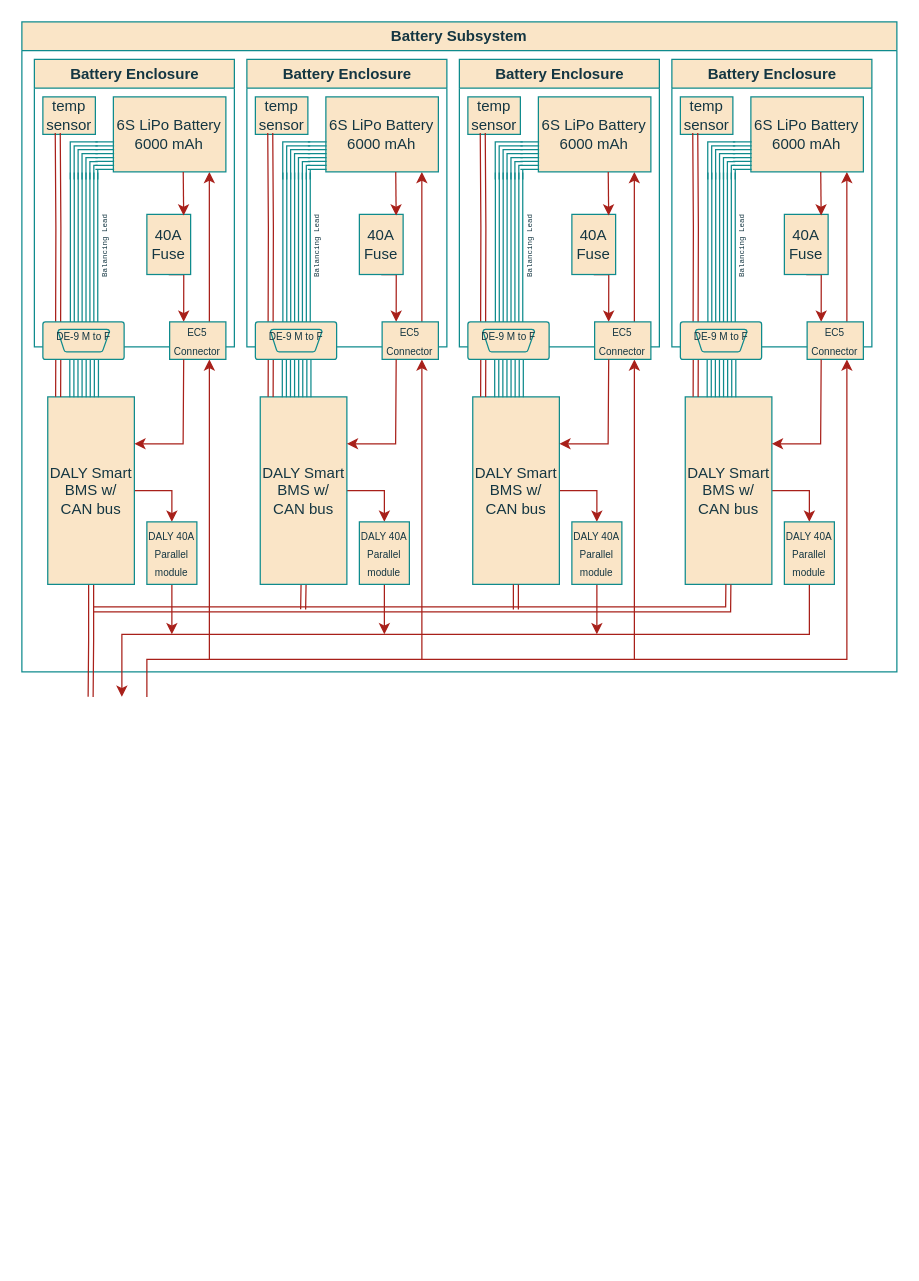
Earlier version of the draw.io diagram PowerDeliverySystem.drawio (roboticsatiowa/Documents-and-Resources). Source tidied: cells renumbered, new cells numbered last; positions are measured from the earlier drawing's top-left corner, leaving out a move shared by most shapes. Both pictures are drawn from the tidied source at 125%, with x=0, y=0 at pixel (9, 21).
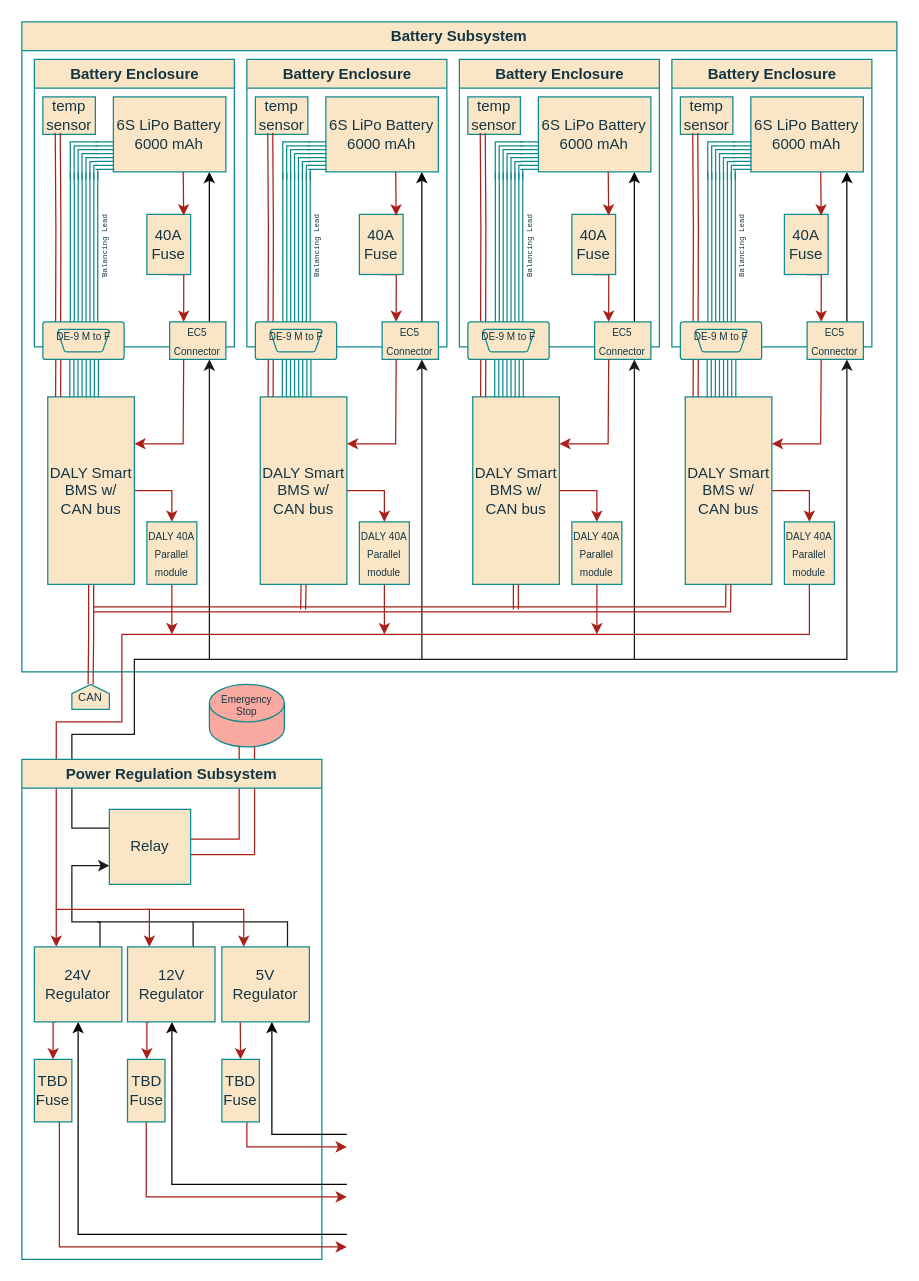
Above is the later version.

Unchanged cells that the change refers to:
```xml
<mxCell id="2" value="Battery Subsystem" style="swimlane;whiteSpace=wrap;html=1;strokeColor=#0F8B8D;fontColor=#143642;fillColor=#FAE5C7;labelBackgroundColor=none;" parent="1" vertex="1">
  <mxGeometry x="10" width="700" height="520" as="geometry" />
</mxCell>
<mxCell id="3" value="Battery Enclosure" style="swimlane;whiteSpace=wrap;html=1;spacingLeft=1;labelBackgroundColor=none;fillColor=#FAE5C7;strokeColor=#0F8B8D;fontColor=#143642;rounded=0;" parent="2" vertex="1">
  <mxGeometry x="10" y="30" width="160" height="230" as="geometry" />
</mxCell>
<mxCell id="6" value="6S LiPo Battery&lt;div&gt;6000 mAh&lt;/div&gt;" style="rounded=0;whiteSpace=wrap;html=1;labelBackgroundColor=none;fillColor=#FAE5C7;strokeColor=#0F8B8D;fontColor=#143642;" parent="3" vertex="1">
  <mxGeometry x="63.2" y="30" width="90" height="60" as="geometry" />
</mxCell>
<mxCell id="9" value="&lt;font style=&quot;font-size: 8px;&quot;&gt;EC5 Connector&lt;/font&gt;" style="whiteSpace=wrap;html=1;strokeColor=#0F8B8D;fontColor=#143642;fillColor=#FAE5C7;rounded=0;labelBackgroundColor=none;" parent="3" vertex="1">
  <mxGeometry x="108.2" y="210" width="45" height="30" as="geometry" />
</mxCell>
<mxCell id="18" value="DALY Smart BMS w/ CAN bus" style="whiteSpace=wrap;html=1;strokeColor=#0F8B8D;fontColor=#143642;fillColor=#FAE5C7;labelBackgroundColor=none;" parent="2" vertex="1">
  <mxGeometry x="20.7" y="300" width="69.3" height="150" as="geometry" />
</mxCell>
<mxCell id="25" value="Battery Enclosure" style="swimlane;whiteSpace=wrap;html=1;spacingLeft=1;labelBackgroundColor=none;fillColor=#FAE5C7;strokeColor=#0F8B8D;fontColor=#143642;rounded=0;" parent="2" vertex="1">
  <mxGeometry x="180" y="30" width="160" height="230" as="geometry" />
</mxCell>
<mxCell id="28" value="6S LiPo Battery&lt;div&gt;6000 mAh&lt;/div&gt;" style="rounded=0;whiteSpace=wrap;html=1;labelBackgroundColor=none;fillColor=#FAE5C7;strokeColor=#0F8B8D;fontColor=#143642;" parent="25" vertex="1">
  <mxGeometry x="63.2" y="30" width="90" height="60" as="geometry" />
</mxCell>
<mxCell id="31" value="&lt;font style=&quot;font-size: 8px;&quot;&gt;EC5 Connector&lt;/font&gt;" style="whiteSpace=wrap;html=1;strokeColor=#0F8B8D;fontColor=#143642;fillColor=#FAE5C7;rounded=0;labelBackgroundColor=none;" parent="25" vertex="1">
  <mxGeometry x="108.2" y="210" width="45" height="30" as="geometry" />
</mxCell>
<mxCell id="47" value="Battery Enclosure" style="swimlane;whiteSpace=wrap;html=1;spacingLeft=1;labelBackgroundColor=none;fillColor=#FAE5C7;strokeColor=#0F8B8D;fontColor=#143642;rounded=0;" parent="2" vertex="1">
  <mxGeometry x="350" y="30" width="160" height="230" as="geometry" />
</mxCell>
<mxCell id="50" value="6S LiPo Battery&lt;div&gt;6000 mAh&lt;/div&gt;" style="rounded=0;whiteSpace=wrap;html=1;labelBackgroundColor=none;fillColor=#FAE5C7;strokeColor=#0F8B8D;fontColor=#143642;" parent="47" vertex="1">
  <mxGeometry x="63.2" y="30" width="90" height="60" as="geometry" />
</mxCell>
<mxCell id="53" value="&lt;font style=&quot;font-size: 8px;&quot;&gt;EC5 Connector&lt;/font&gt;" style="whiteSpace=wrap;html=1;strokeColor=#0F8B8D;fontColor=#143642;fillColor=#FAE5C7;rounded=0;labelBackgroundColor=none;" parent="47" vertex="1">
  <mxGeometry x="108.2" y="210" width="45" height="30" as="geometry" />
</mxCell>
<mxCell id="68" value="Battery Enclosure" style="swimlane;whiteSpace=wrap;html=1;spacingLeft=1;labelBackgroundColor=none;fillColor=#FAE5C7;strokeColor=#0F8B8D;fontColor=#143642;rounded=0;" parent="2" vertex="1">
  <mxGeometry x="520" y="30" width="160" height="230" as="geometry" />
</mxCell>
<mxCell id="71" value="6S LiPo Battery&lt;div&gt;6000 mAh&lt;/div&gt;" style="rounded=0;whiteSpace=wrap;html=1;labelBackgroundColor=none;fillColor=#FAE5C7;strokeColor=#0F8B8D;fontColor=#143642;" parent="68" vertex="1">
  <mxGeometry x="63.2" y="30" width="90" height="60" as="geometry" />
</mxCell>
<mxCell id="74" value="&lt;font style=&quot;font-size: 8px;&quot;&gt;EC5 Connector&lt;/font&gt;" style="whiteSpace=wrap;html=1;strokeColor=#0F8B8D;fontColor=#143642;fillColor=#FAE5C7;rounded=0;labelBackgroundColor=none;" parent="68" vertex="1">
  <mxGeometry x="108.2" y="210" width="45" height="30" as="geometry" />
</mxCell>
<mxCell id="88" value="&lt;font style=&quot;font-size: 8px;&quot;&gt;DALY 40A Parallel module&lt;/font&gt;" style="whiteSpace=wrap;html=1;fillColor=#FAE5C7;strokeColor=#0F8B8D;fontColor=#143642;labelBackgroundColor=none;" parent="2" vertex="1">
  <mxGeometry x="610" y="400" width="40" height="50" as="geometry" />
</mxCell>
```

The edit, as a diff of the source:
```diff
@@
-    <mxCell id="5" style="edgeStyle=orthogonalEdgeStyle;rounded=0;jettySize=auto;html=1;entryX=0.853;entryY=1;entryDx=0;entryDy=0;entryPerimeter=0;strokeColor=#A8201A;fontColor=default;fillColor=#FAE5C7;labelBackgroundColor=none;" parent="3" edge="1" source="9" target="6">
+    <mxCell id="5" style="edgeStyle=orthogonalEdgeStyle;rounded=0;jettySize=auto;html=1;entryX=0.853;entryY=1;entryDx=0;entryDy=0;entryPerimeter=0;strokeColor=#000000;fontColor=default;fillColor=#FAE5C7;labelBackgroundColor=none;" parent="3" edge="1" source="9" target="6">
       <mxGeometry relative="1" as="geometry">
         <Array as="points">
           <mxPoint x="140" y="180" />
           <mxPoint x="140" y="180" />
         </Array>
       </mxGeometry>
     </mxCell>
@@
-    <mxCell id="8" style="edgeStyle=orthogonalEdgeStyle;rounded=0;jettySize=auto;html=1;labelBackgroundColor=none;strokeColor=#A8201A;fontColor=default;" parent="3" edge="1" target="9">
+    <mxCell id="8" style="edgeStyle=orthogonalEdgeStyle;rounded=0;jettySize=auto;html=1;labelBackgroundColor=none;strokeColor=#191919;fontColor=default;" parent="3" edge="1" target="9">
       <mxGeometry relative="1" as="geometry">
         <mxPoint x="140" y="480" as="sourcePoint" />
         <Array as="points">
           <mxPoint x="140" y="350" />
           <mxPoint x="140" y="350" />
         </Array>
       </mxGeometry>
     </mxCell>
@@
     <mxCell id="16" style="edgeStyle=orthogonalEdgeStyle;rounded=0;jettySize=auto;html=1;strokeColor=#A8201A;fontColor=default;fillColor=#FAE5C7;shape=link;labelBackgroundColor=none;" parent="2" edge="1" source="18">
       <mxGeometry relative="1" as="geometry">
-        <mxPoint x="55" y="540" as="targetPoint" />
+        <mxPoint x="55" y="530" as="targetPoint" />
       </mxGeometry>
     </mxCell>
@@
-    <mxCell id="27" style="edgeStyle=orthogonalEdgeStyle;rounded=0;jettySize=auto;html=1;entryX=0.853;entryY=1;entryDx=0;entryDy=0;entryPerimeter=0;strokeColor=#A8201A;fontColor=default;fillColor=#FAE5C7;labelBackgroundColor=none;" parent="25" edge="1" source="31" target="28">
+    <mxCell id="27" style="edgeStyle=orthogonalEdgeStyle;rounded=0;jettySize=auto;html=1;entryX=0.853;entryY=1;entryDx=0;entryDy=0;entryPerimeter=0;strokeColor=#000000;fontColor=default;fillColor=#FAE5C7;labelBackgroundColor=none;" parent="25" edge="1" source="31" target="28">
       <mxGeometry relative="1" as="geometry">
         <Array as="points">
           <mxPoint x="140" y="180" />
           <mxPoint x="140" y="180" />
         </Array>
       </mxGeometry>
     </mxCell>
@@
-    <mxCell id="30" style="edgeStyle=orthogonalEdgeStyle;rounded=0;jettySize=auto;html=1;labelBackgroundColor=none;strokeColor=#A8201A;fontColor=default;" parent="25" edge="1" target="31">
+    <mxCell id="30" style="edgeStyle=orthogonalEdgeStyle;rounded=0;jettySize=auto;html=1;labelBackgroundColor=none;strokeColor=#191919;fontColor=default;" parent="25" edge="1" target="31">
       <mxGeometry relative="1" as="geometry">
         <mxPoint x="140" y="480" as="sourcePoint" />
         <Array as="points">
           <mxPoint x="140" y="350" />
           <mxPoint x="140" y="350" />
         </Array>
       </mxGeometry>
     </mxCell>
@@
-    <mxCell id="49" style="edgeStyle=orthogonalEdgeStyle;rounded=0;jettySize=auto;html=1;entryX=0.853;entryY=1;entryDx=0;entryDy=0;entryPerimeter=0;strokeColor=#A8201A;fontColor=default;fillColor=#FAE5C7;labelBackgroundColor=none;" parent="47" edge="1" source="53" target="50">
+    <mxCell id="49" style="edgeStyle=orthogonalEdgeStyle;rounded=0;jettySize=auto;html=1;entryX=0.853;entryY=1;entryDx=0;entryDy=0;entryPerimeter=0;strokeColor=#000000;fontColor=default;fillColor=#FAE5C7;labelBackgroundColor=none;" parent="47" edge="1" source="53" target="50">
       <mxGeometry relative="1" as="geometry">
         <Array as="points">
           <mxPoint x="140" y="180" />
           <mxPoint x="140" y="180" />
         </Array>
       </mxGeometry>
     </mxCell>
@@
-    <mxCell id="52" style="edgeStyle=orthogonalEdgeStyle;rounded=0;jettySize=auto;html=1;labelBackgroundColor=none;strokeColor=#A8201A;fontColor=default;" parent="47" edge="1" target="53">
+    <mxCell id="52" style="edgeStyle=orthogonalEdgeStyle;rounded=0;jettySize=auto;html=1;labelBackgroundColor=none;strokeColor=#191919;fontColor=default;" parent="47" edge="1" target="53">
       <mxGeometry relative="1" as="geometry">
         <mxPoint x="140" y="480" as="sourcePoint" />
         <Array as="points">
           <mxPoint x="140" y="350" />
           <mxPoint x="140" y="350" />
         </Array>
       </mxGeometry>
     </mxCell>
@@
-    <mxCell id="70" style="edgeStyle=orthogonalEdgeStyle;rounded=0;jettySize=auto;html=1;entryX=0.853;entryY=1;entryDx=0;entryDy=0;entryPerimeter=0;strokeColor=#A8201A;fontColor=default;fillColor=#FAE5C7;labelBackgroundColor=none;" parent="68" edge="1" source="74" target="71">
+    <mxCell id="70" style="edgeStyle=orthogonalEdgeStyle;rounded=0;jettySize=auto;html=1;entryX=0.853;entryY=1;entryDx=0;entryDy=0;entryPerimeter=0;strokeColor=#000000;fontColor=default;fillColor=#FAE5C7;labelBackgroundColor=none;" parent="68" edge="1" source="74" target="71">
       <mxGeometry relative="1" as="geometry">
         <Array as="points">
           <mxPoint x="140" y="180" />
           <mxPoint x="140" y="180" />
         </Array>
       </mxGeometry>
     </mxCell>
@@
-    <mxCell id="73" style="edgeStyle=orthogonalEdgeStyle;rounded=0;jettySize=auto;html=1;labelBackgroundColor=none;strokeColor=#A8201A;fontColor=default;" parent="68" edge="1" target="74">
-      <mxGeometry relative="1" as="geometry">
-        <mxPoint x="-420" y="510" as="sourcePoint" />
-        <Array as="points">
-          <mxPoint x="-420" y="480" />
-          <mxPoint x="140" y="480" />
-          <mxPoint x="140" y="350" />
-          <mxPoint x="140" y="350" />
-        </Array>
-      </mxGeometry>
-    </mxCell>
@@
-    <mxCell id="87" style="edgeStyle=orthogonalEdgeStyle;rounded=0;jettySize=auto;html=1;exitX=0.5;exitY=1;exitDx=0;exitDy=0;labelBackgroundColor=none;strokeColor=#A8201A;fontColor=default;" parent="2" edge="1" source="88">
-      <mxGeometry relative="1" as="geometry">
-        <mxPoint x="80" y="540" as="targetPoint" />
-        <Array as="points">
-          <mxPoint x="630" y="490" />
-          <mxPoint x="80" y="490" />
-        </Array>
-      </mxGeometry>
-    </mxCell>
@@
+    <mxCell id="91" value="&lt;font style=&quot;font-size: 9px;&quot;&gt;CAN&lt;/font&gt;" style="shape=offPageConnector;whiteSpace=wrap;html=1;rotation=0;horizontal=1;flipV=1;labelBackgroundColor=none;fillColor=#FAE5C7;strokeColor=#0F8B8D;fontColor=#143642;" parent="1" vertex="1">
+      <mxGeometry x="50" y="530" width="30" height="20" as="geometry" />
+    </mxCell>
+    <mxCell id="87" style="edgeStyle=orthogonalEdgeStyle;rounded=0;jettySize=auto;html=1;exitX=0.5;exitY=1;exitDx=0;exitDy=0;labelBackgroundColor=none;strokeColor=#A8201A;fontColor=default;entryX=0.25;entryY=0;entryDx=0;entryDy=0;" parent="1" edge="1" source="88" target="99">
+      <mxGeometry relative="1" as="geometry">
+        <Array as="points">
+          <mxPoint x="640" y="490" />
+          <mxPoint x="90" y="490" />
+          <mxPoint x="90" y="560" />
+          <mxPoint x="38" y="560" />
+        </Array>
+      </mxGeometry>
+    </mxCell>
+    <mxCell id="73" style="edgeStyle=orthogonalEdgeStyle;rounded=0;jettySize=auto;html=1;labelBackgroundColor=none;strokeColor=#191919;fontColor=default;exitX=0;exitY=0.25;exitDx=0;exitDy=0;" parent="1" edge="1" source="96" target="74">
+      <mxGeometry relative="1" as="geometry">
+        <Array as="points">
+          <mxPoint x="50" y="645" />
+          <mxPoint x="50" y="570" />
+          <mxPoint x="100" y="570" />
+          <mxPoint x="100" y="510" />
+          <mxPoint x="670" y="510" />
+        </Array>
+      </mxGeometry>
+    </mxCell>
+    <mxCell id="92" value="Emergency Stop" style="shape=cylinder3;whiteSpace=wrap;html=1;boundedLbl=1;backgroundOutline=1;size=15;strokeColor=#0F8B8D;fontColor=#143642;fillColor=#FAA9A0;spacingTop=-41;fontSize=8;" parent="1" vertex="1">
+      <mxGeometry x="160" y="530" width="60" height="50" as="geometry" />
+    </mxCell>
+    <mxCell id="93" style="edgeStyle=orthogonalEdgeStyle;rounded=0;jettySize=auto;html=1;exitX=1;exitY=0.5;exitDx=0;exitDy=0;strokeColor=#A8201A;fontColor=#143642;fillColor=#FAE5C7;shape=link;width=12.325581395348838;entryX=0.5;entryY=1;entryDx=0;entryDy=0;entryPerimeter=0;" parent="1" edge="1" source="96" target="92">
+      <mxGeometry relative="1" as="geometry" />
+    </mxCell>
+    <mxCell id="94" value="Power Regulation Subsystem" style="swimlane;whiteSpace=wrap;html=1;labelBackgroundColor=none;fillColor=#FAE5C7;strokeColor=#0F8B8D;fontColor=#143642;" parent="1" vertex="1">
+      <mxGeometry x="10" y="590" width="240" height="400" as="geometry" />
+    </mxCell>
+    <mxCell id="95" style="edgeStyle=orthogonalEdgeStyle;rounded=0;jettySize=auto;html=1;strokeColor=#191919;fontColor=#143642;fillColor=#FAE5C7;entryX=0;entryY=0.75;entryDx=0;entryDy=0;exitX=0.75;exitY=0;exitDx=0;exitDy=0;" parent="94" edge="1" source="99" target="96">
+      <mxGeometry relative="1" as="geometry">
+        <Array as="points">
+          <mxPoint x="62" y="130" />
+          <mxPoint x="40" y="130" />
+          <mxPoint x="40" y="85" />
+        </Array>
+      </mxGeometry>
+    </mxCell>
+    <mxCell id="96" value="Relay" style="whiteSpace=wrap;html=1;strokeColor=#0F8B8D;fontColor=#143642;fillColor=#FAE5C7;" parent="94" vertex="1">
+      <mxGeometry x="70" y="40" width="65" height="60" as="geometry" />
+    </mxCell>
+    <mxCell id="97" style="edgeStyle=orthogonalEdgeStyle;rounded=0;jettySize=auto;html=1;strokeColor=#A8201A;fontColor=#143642;fillColor=#FAE5C7;exitX=0.25;exitY=1;exitDx=0;exitDy=0;entryX=0.5;entryY=0;entryDx=0;entryDy=0;" parent="94" edge="1" source="99" target="111">
+      <mxGeometry relative="1" as="geometry" />
+    </mxCell>
+    <mxCell id="98" style="edgeStyle=orthogonalEdgeStyle;rounded=0;jettySize=auto;html=1;strokeColor=#050101;fontColor=#143642;fillColor=#FAE5C7;entryX=0.5;entryY=1;entryDx=0;entryDy=0;" parent="94" edge="1" target="99">
+      <mxGeometry relative="1" as="geometry">
+        <mxPoint x="260" y="380" as="sourcePoint" />
+        <Array as="points">
+          <mxPoint x="45" y="380" />
+        </Array>
+      </mxGeometry>
+    </mxCell>
+    <mxCell id="99" value="24V Regulator" style="rounded=0;whiteSpace=wrap;html=1;strokeColor=#0F8B8D;fontColor=#143642;fillColor=#FAE5C7;" parent="94" vertex="1">
+      <mxGeometry x="10" y="150" width="70" height="60" as="geometry" />
+    </mxCell>
+    <mxCell id="100" style="edgeStyle=orthogonalEdgeStyle;rounded=0;jettySize=auto;html=1;strokeColor=#191919;fontColor=#143642;fillColor=#FAE5C7;endArrow=none;endFill=0;exitX=0.75;exitY=0;exitDx=0;exitDy=0;" parent="94" edge="1" source="104">
+      <mxGeometry relative="1" as="geometry">
+        <mxPoint x="60" y="130" as="targetPoint" />
+        <Array as="points">
+          <mxPoint x="137" y="130" />
+        </Array>
+      </mxGeometry>
+    </mxCell>
+    <mxCell id="101" style="edgeStyle=orthogonalEdgeStyle;rounded=0;jettySize=auto;html=1;strokeColor=#A8201A;fontColor=#143642;fillColor=#FAE5C7;entryX=0.25;entryY=0;entryDx=0;entryDy=0;" parent="94" edge="1" target="104">
+      <mxGeometry relative="1" as="geometry">
+        <mxPoint x="27" y="120" as="sourcePoint" />
+        <Array as="points">
+          <mxPoint x="102" y="120" />
+        </Array>
+      </mxGeometry>
+    </mxCell>
+    <mxCell id="102" style="edgeStyle=orthogonalEdgeStyle;rounded=0;jettySize=auto;html=1;strokeColor=#A8201A;fontColor=#143642;fillColor=#FAE5C7;exitX=0.25;exitY=1;exitDx=0;exitDy=0;" parent="94" edge="1" source="104">
+      <mxGeometry relative="1" as="geometry">
+        <mxPoint x="100" y="240" as="targetPoint" />
+        <Array as="points">
+          <mxPoint x="100" y="210" />
+          <mxPoint x="100" y="240" />
+        </Array>
+      </mxGeometry>
+    </mxCell>
+    <mxCell id="103" style="edgeStyle=orthogonalEdgeStyle;rounded=0;jettySize=auto;html=1;strokeColor=#0A0202;fontColor=#143642;fillColor=#FAE5C7;" parent="94" edge="1" target="104">
+      <mxGeometry relative="1" as="geometry">
+        <mxPoint x="260" y="340" as="sourcePoint" />
+        <Array as="points">
+          <mxPoint x="120" y="340" />
+        </Array>
+      </mxGeometry>
+    </mxCell>
+    <mxCell id="104" value="12V Regulator" style="rounded=0;whiteSpace=wrap;html=1;strokeColor=#0F8B8D;fontColor=#143642;fillColor=#FAE5C7;" parent="94" vertex="1">
+      <mxGeometry x="84.5" y="150" width="70" height="60" as="geometry" />
+    </mxCell>
+    <mxCell id="105" style="edgeStyle=orthogonalEdgeStyle;rounded=0;jettySize=auto;html=1;strokeColor=#191919;fontColor=#143642;fillColor=#FAE5C7;exitX=0.75;exitY=0;exitDx=0;exitDy=0;endArrow=none;endFill=0;" parent="94" edge="1" source="109">
+      <mxGeometry relative="1" as="geometry">
+        <mxPoint x="137" y="130" as="targetPoint" />
+        <Array as="points">
+          <mxPoint x="213" y="130" />
+        </Array>
+      </mxGeometry>
+    </mxCell>
+    <mxCell id="106" style="edgeStyle=orthogonalEdgeStyle;rounded=0;jettySize=auto;html=1;strokeColor=#A8201A;fontColor=#143642;fillColor=#FAE5C7;exitX=0.25;exitY=0;exitDx=0;exitDy=0;entryX=0.25;entryY=0;entryDx=0;entryDy=0;" parent="94" edge="1" target="109">
+      <mxGeometry relative="1" as="geometry">
+        <mxPoint x="100" y="120" as="sourcePoint" />
+        <Array as="points">
+          <mxPoint x="178" y="120" />
+        </Array>
+      </mxGeometry>
+    </mxCell>
+    <mxCell id="107" style="edgeStyle=orthogonalEdgeStyle;rounded=0;jettySize=auto;html=1;entryX=0.5;entryY=0;entryDx=0;entryDy=0;strokeColor=#A8201A;fontColor=#143642;fillColor=#FAE5C7;exitX=0.21;exitY=1;exitDx=0;exitDy=0;exitPerimeter=0;" parent="94" edge="1" source="109" target="115">
+      <mxGeometry relative="1" as="geometry" />
+    </mxCell>
+    <mxCell id="108" style="edgeStyle=orthogonalEdgeStyle;rounded=0;jettySize=auto;html=1;strokeColor=#000000;fontColor=#143642;fillColor=#FAE5C7;" parent="94" edge="1" target="109">
+      <mxGeometry relative="1" as="geometry">
+        <mxPoint x="260" y="300" as="sourcePoint" />
+        <Array as="points">
+          <mxPoint x="200" y="300" />
+        </Array>
+      </mxGeometry>
+    </mxCell>
+    <mxCell id="109" value="5V Regulator" style="rounded=0;whiteSpace=wrap;html=1;strokeColor=#0F8B8D;fontColor=#143642;fillColor=#FAE5C7;" parent="94" vertex="1">
+      <mxGeometry x="160" y="150" width="70" height="60" as="geometry" />
+    </mxCell>
+    <mxCell id="110" style="edgeStyle=orthogonalEdgeStyle;rounded=0;jettySize=auto;html=1;strokeColor=#A8201A;fontColor=#143642;fillColor=#FAE5C7;" parent="94" edge="1" source="111">
+      <mxGeometry relative="1" as="geometry">
+        <mxPoint x="260" y="390" as="targetPoint" />
+        <Array as="points">
+          <mxPoint x="30" y="390" />
+        </Array>
+      </mxGeometry>
+    </mxCell>
+    <mxCell id="111" value="TBD&lt;div&gt;Fuse&lt;/div&gt;" style="whiteSpace=wrap;html=1;strokeColor=#0F8B8D;fontColor=#143642;fillColor=#FAE5C7;" parent="94" vertex="1">
+      <mxGeometry x="10" y="240" width="30" height="50" as="geometry" />
+    </mxCell>
+    <mxCell id="112" style="edgeStyle=orthogonalEdgeStyle;rounded=0;jettySize=auto;html=1;strokeColor=#A8201A;fontColor=#143642;fillColor=#FAE5C7;" parent="94" edge="1" source="113">
+      <mxGeometry relative="1" as="geometry">
+        <mxPoint x="260" y="350" as="targetPoint" />
+        <Array as="points">
+          <mxPoint x="100" y="350" />
+        </Array>
+      </mxGeometry>
+    </mxCell>
+    <mxCell id="113" value="TBD&lt;div&gt;Fuse&lt;/div&gt;" style="whiteSpace=wrap;html=1;strokeColor=#0F8B8D;fontColor=#143642;fillColor=#FAE5C7;" parent="94" vertex="1">
+      <mxGeometry x="84.5" y="240" width="30" height="50" as="geometry" />
+    </mxCell>
+    <mxCell id="114" style="edgeStyle=orthogonalEdgeStyle;rounded=0;jettySize=auto;html=1;strokeColor=#A8201A;fontColor=#143642;fillColor=#FAE5C7;" parent="94" edge="1" source="115">
+      <mxGeometry relative="1" as="geometry">
+        <mxPoint x="260" y="310" as="targetPoint" />
+        <Array as="points">
+          <mxPoint x="180" y="310" />
+        </Array>
+      </mxGeometry>
+    </mxCell>
+    <mxCell id="115" value="TBD&lt;div&gt;Fuse&lt;/div&gt;" style="whiteSpace=wrap;html=1;strokeColor=#0F8B8D;fontColor=#143642;fillColor=#FAE5C7;" parent="94" vertex="1">
+      <mxGeometry x="160" y="240" width="30" height="50" as="geometry" />
+    </mxCell>
```
